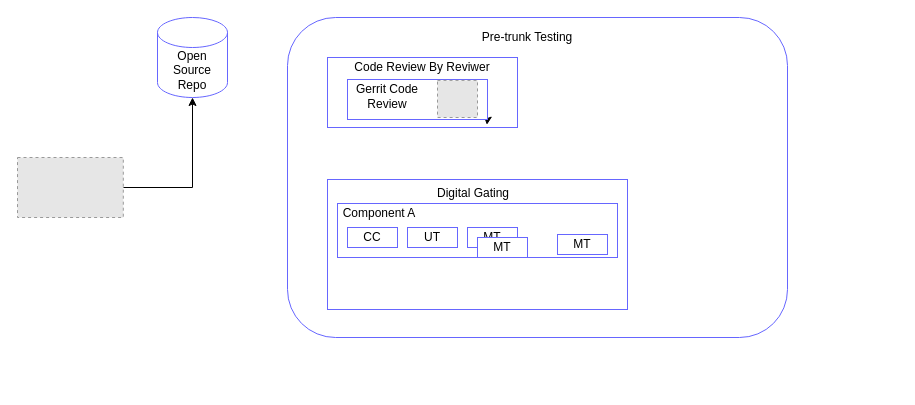
maninokia/log keeps this draw.io diagram as Untitled Diagram.drawio. Above is the earlier version. Source tidied: cells renumbered, new cells numbered last; positions are measured from the earlier drawing's top-left corner, leaving out a move shared by most shapes. Both pictures are drawn from the tidied source at 100%, with x=0, y=0 at pixel (17, 17). Pictures stored in the file or linked from it are replaced by grey dashed boxes.
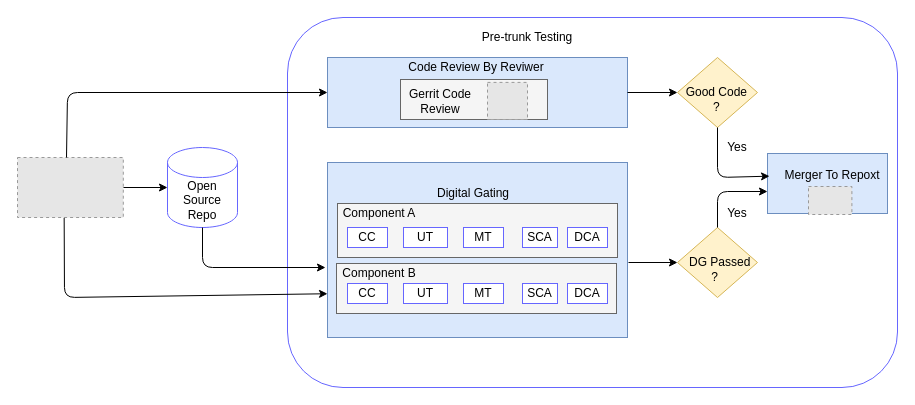
The same diagram, later.

Unchanged cells that the change refers to:
```xml
<mxCell id="3" style="fillColor=#E6E6E6;strokeColor=#999999;dashed=1;verticalLabelPosition=bottom;verticalAlign=top;" parent="1" vertex="1">
  <mxGeometry y="140" width="105.8" height="60" as="geometry" />
</mxCell>
```

Change to the diagram source:
```diff
@@
     <mxCell id="4" value="Open Source Repo" style="shape=cylinder3;whiteSpace=wrap;html=1;boundedLbl=1;backgroundOutline=1;size=15;strokeColor=#6666FF;" parent="1" vertex="1">
-      <mxGeometry x="140" width="70" height="80" as="geometry" />
+      <mxGeometry x="150" y="130" width="70" height="80" as="geometry" />
     </mxCell>
     <mxCell id="5" style="rounded=1;whiteSpace=wrap;html=1;strokeColor=#6666FF;" parent="1" vertex="1">
-      <mxGeometry x="270" width="500" height="320" as="geometry" />
+      <mxGeometry x="270" width="610" height="370" as="geometry" />
     </mxCell>
@@
-    <mxCell id="7" style="rounded=0;whiteSpace=wrap;html=1;strokeColor=#6666FF;" parent="1" vertex="1">
-      <mxGeometry x="310" y="40" width="190" height="70" as="geometry" />
+    <mxCell id="7" style="rounded=0;whiteSpace=wrap;html=1;strokeColor=#6c8ebf;fillColor=#dae8fc;" parent="1" vertex="1">
+      <mxGeometry x="310" y="40" width="300" height="70" as="geometry" />
     </mxCell>
     <mxCell id="8" value="Code Review By Reviwer" style="text;html=1;strokeColor=none;fillColor=none;align=center;verticalAlign=middle;whiteSpace=wrap;rounded=0;" parent="1" vertex="1">
-      <mxGeometry x="320" y="40" width="170" height="20" as="geometry" />
+      <mxGeometry x="374" y="40" width="170" height="20" as="geometry" />
     </mxCell>
-    <mxCell id="9" style="edgeStyle=orthogonalEdgeStyle;rounded=0;jettySize=auto;html=1;exitX=1;exitY=1;exitDx=0;exitDy=0;entryX=0.839;entryY=0.961;entryDx=0;entryDy=0;entryPerimeter=0;" parent="1" edge="1" source="10" target="7">
-      <mxGeometry relative="1" as="geometry" />
-    </mxCell>
-    <mxCell id="10" style="rounded=0;whiteSpace=wrap;html=1;strokeColor=#6666FF;" parent="1" vertex="1">
-      <mxGeometry x="330" y="62" width="140" height="40" as="geometry" />
+    <mxCell id="10" style="rounded=0;whiteSpace=wrap;html=1;strokeColor=#666666;fillColor=#f5f5f5;fontColor=#333333;" parent="1" vertex="1">
+      <mxGeometry x="383" y="62" width="147" height="40" as="geometry" />
     </mxCell>
     <mxCell id="11" value="Gerrit Code Review" style="text;html=1;strokeColor=none;fillColor=none;align=center;verticalAlign=middle;whiteSpace=wrap;rounded=0;" parent="1" vertex="1">
-      <mxGeometry x="330" y="69" width="80" height="20" as="geometry" />
+      <mxGeometry x="383" y="73.5" width="80" height="20" as="geometry" />
     </mxCell>
     <mxCell id="12" style="fillColor=#E6E6E6;strokeColor=#999999;dashed=1;verticalLabelPosition=bottom;verticalAlign=top;" parent="1" vertex="1">
-      <mxGeometry x="420" y="62.9" width="40" height="37.1" as="geometry" />
+      <mxGeometry x="470" y="64.9" width="40" height="37.1" as="geometry" />
     </mxCell>
-    <mxCell id="13" style="rounded=0;whiteSpace=wrap;html=1;strokeColor=#6666FF;" parent="1" vertex="1">
-      <mxGeometry x="310" y="162" width="300" height="130" as="geometry" />
+    <mxCell id="13" style="rounded=0;whiteSpace=wrap;html=1;strokeColor=#6c8ebf;fillColor=#dae8fc;" parent="1" vertex="1">
+      <mxGeometry x="310" y="145" width="300" height="175" as="geometry" />
     </mxCell>
@@
-    <mxCell id="15" style="rounded=0;whiteSpace=wrap;html=1;strokeColor=#6666FF;" parent="1" vertex="1">
+    <mxCell id="15" style="rounded=0;whiteSpace=wrap;html=1;strokeColor=#666666;fillColor=#f5f5f5;fontColor=#333333;" parent="1" vertex="1">
       <mxGeometry x="320" y="186" width="280" height="54" as="geometry" />
     </mxCell>
@@
     <mxCell id="17" value="CC" style="rounded=0;whiteSpace=wrap;html=1;strokeColor=#6666FF;" parent="1" vertex="1">
-      <mxGeometry x="330" y="210" width="50" height="20" as="geometry" />
+      <mxGeometry x="330" y="210" width="40" height="20" as="geometry" />
     </mxCell>
     <mxCell id="18" value="UT" style="rounded=0;whiteSpace=wrap;html=1;strokeColor=#6666FF;" parent="1" vertex="1">
-      <mxGeometry x="390" y="210" width="50" height="20" as="geometry" />
+      <mxGeometry x="386" y="210" width="44" height="20" as="geometry" />
     </mxCell>
     <mxCell id="19" value="MT" style="rounded=0;whiteSpace=wrap;html=1;strokeColor=#6666FF;" parent="1" vertex="1">
-      <mxGeometry x="450" y="210" width="50" height="20" as="geometry" />
+      <mxGeometry x="446" y="210" width="40" height="20" as="geometry" />
     </mxCell>
+    <mxCell id="21" value="SCA" style="rounded=0;whiteSpace=wrap;html=1;strokeColor=#6666FF;" parent="1" vertex="1">
+      <mxGeometry x="505" y="210" width="35" height="20" as="geometry" />
+    </mxCell>
+    <mxCell id="22" value="DCA" style="rounded=0;whiteSpace=wrap;html=1;strokeColor=#6666FF;" parent="1" vertex="1">
+      <mxGeometry x="550" y="210" width="40" height="20" as="geometry" />
+    </mxCell>
+    <mxCell id="23" style="rounded=0;whiteSpace=wrap;html=1;strokeColor=#666666;fillColor=#f5f5f5;fontColor=#333333;" parent="1" vertex="1">
+      <mxGeometry x="319" y="246" width="280" height="50" as="geometry" />
+    </mxCell>
+    <mxCell id="24" value="Component B" style="text;html=1;strokeColor=none;fillColor=none;align=center;verticalAlign=middle;whiteSpace=wrap;rounded=0;" parent="1" vertex="1">
+      <mxGeometry x="320" y="246" width="84" height="20" as="geometry" />
+    </mxCell>
+    <mxCell id="25" value="CC" style="rounded=0;whiteSpace=wrap;html=1;strokeColor=#6666FF;" parent="1" vertex="1">
+      <mxGeometry x="330" y="266" width="40" height="20" as="geometry" />
+    </mxCell>
+    <mxCell id="26" value="UT" style="rounded=0;whiteSpace=wrap;html=1;strokeColor=#6666FF;" parent="1" vertex="1">
+      <mxGeometry x="386" y="266" width="44" height="20" as="geometry" />
+    </mxCell>
     <mxCell id="20" value="MT" style="rounded=0;whiteSpace=wrap;html=1;strokeColor=#6666FF;" parent="1" vertex="1">
-      <mxGeometry x="460" y="220" width="50" height="20" as="geometry" />
+      <mxGeometry x="446" y="266" width="40" height="20" as="geometry" />
     </mxCell>
-    <mxCell id="21" value="MT" style="rounded=0;whiteSpace=wrap;html=1;strokeColor=#6666FF;" parent="1" vertex="1">
-      <mxGeometry x="540" y="217" width="50" height="20" as="geometry" />
-    </mxCell>
+    <mxCell id="27" value="SCA" style="rounded=0;whiteSpace=wrap;html=1;strokeColor=#6666FF;" parent="1" vertex="1">
+      <mxGeometry x="505" y="266" width="35" height="20" as="geometry" />
+    </mxCell>
+    <mxCell id="28" value="DCA" style="rounded=0;whiteSpace=wrap;html=1;strokeColor=#6666FF;" parent="1" vertex="1">
+      <mxGeometry x="550" y="266" width="40" height="20" as="geometry" />
+    </mxCell>
+    <mxCell id="29" style="endArrow=classic;html=1;entryX=0;entryY=0.5;entryDx=0;entryDy=0;" parent="1" edge="1">
+      <mxGeometry relative="1" as="geometry">
+        <mxPoint x="49" y="140" as="sourcePoint" />
+        <mxPoint x="310" y="75" as="targetPoint" />
+        <Array as="points">
+          <mxPoint x="50" y="75" />
+        </Array>
+      </mxGeometry>
+    </mxCell>
+    <mxCell id="30" style="endArrow=classic;html=1;exitX=0.5;exitY=1;exitDx=0;exitDy=0;exitPerimeter=0;" parent="1" edge="1" source="4">
+      <mxGeometry relative="1" as="geometry">
+        <mxPoint x="308" y="250" as="targetPoint" />
+        <Array as="points">
+          <mxPoint x="185" y="250" />
+        </Array>
+      </mxGeometry>
+    </mxCell>
+    <mxCell id="31" style="endArrow=classic;html=1;entryX=0;entryY=0.75;entryDx=0;entryDy=0;exitX=0.441;exitY=1.006;exitDx=0;exitDy=0;exitPerimeter=0;" parent="1" edge="1" source="3" target="13">
+      <mxGeometry relative="1" as="geometry">
+        <Array as="points">
+          <mxPoint x="47" y="280" />
+        </Array>
+      </mxGeometry>
+    </mxCell>
+    <mxCell id="32" value="&lt;div style=&quot;text-align: center&quot;&gt;&lt;span&gt;&lt;br&gt;&lt;/span&gt;&lt;/div&gt;&lt;div style=&quot;text-align: center&quot;&gt;&lt;span&gt;&amp;nbsp; &amp;nbsp;DG Passed&lt;/span&gt;&lt;/div&gt;&lt;div style=&quot;text-align: center&quot;&gt;&lt;span&gt;?&lt;/span&gt;&lt;/div&gt;" style="rhombus;whiteSpace=wrap;html=1;strokeColor=#d6b656;align=left;fillColor=#fff2cc;" parent="1" vertex="1">
+      <mxGeometry x="660" y="210" width="80" height="70" as="geometry" />
+    </mxCell>
+    <mxCell id="33" value="&lt;div style=&quot;text-align: center&quot;&gt;&lt;span&gt;&lt;br&gt;&lt;/span&gt;&lt;/div&gt;&lt;div style=&quot;text-align: center&quot;&gt;&lt;span&gt;&amp;nbsp; Good Code&lt;/span&gt;&lt;/div&gt;&lt;div style=&quot;text-align: center&quot;&gt;&lt;span&gt;&amp;nbsp; ?&lt;/span&gt;&lt;/div&gt;" style="rhombus;whiteSpace=wrap;html=1;strokeColor=#d6b656;align=left;fillColor=#fff2cc;" parent="1" vertex="1">
+      <mxGeometry x="660" y="40" width="80" height="70" as="geometry" />
+    </mxCell>
+    <mxCell id="34" style="endArrow=classic;html=1;exitX=1;exitY=0.5;exitDx=0;exitDy=0;entryX=0;entryY=0.5;entryDx=0;entryDy=0;" parent="1" edge="1" source="7" target="33">
+      <mxGeometry relative="1" as="geometry" />
+    </mxCell>
+    <mxCell id="35" style="endArrow=classic;html=1;entryX=0;entryY=0.5;entryDx=0;entryDy=0;" parent="1" edge="1" target="32">
+      <mxGeometry relative="1" as="geometry">
+        <mxPoint x="611" y="245" as="sourcePoint" />
+      </mxGeometry>
+    </mxCell>
+    <mxCell id="36" style="rounded=0;whiteSpace=wrap;html=1;strokeColor=#6c8ebf;fillColor=#dae8fc;" parent="1" vertex="1">
+      <mxGeometry x="750" y="136" width="120" height="60" as="geometry" />
+    </mxCell>
+    <mxCell id="37" value="Merger To Repoxt" style="text;html=1;strokeColor=none;fillColor=none;align=center;verticalAlign=middle;whiteSpace=wrap;rounded=0;" parent="1" vertex="1">
+      <mxGeometry x="760" y="148" width="110" height="20" as="geometry" />
+    </mxCell>
+    <mxCell id="38" style="fillColor=#E6E6E6;strokeColor=#999999;dashed=1;verticalLabelPosition=bottom;verticalAlign=top;" parent="1" vertex="1">
+      <mxGeometry x="791" y="169" width="43.4" height="28" as="geometry" />
+    </mxCell>
+    <mxCell id="39" style="endArrow=classic;html=1;exitX=0.5;exitY=0;exitDx=0;exitDy=0;" parent="1" edge="1" source="32">
+      <mxGeometry relative="1" as="geometry">
+        <mxPoint x="750" y="174" as="targetPoint" />
+        <Array as="points">
+          <mxPoint x="700" y="174" />
+        </Array>
+      </mxGeometry>
+    </mxCell>
+    <mxCell id="40" style="endArrow=classic;html=1;exitX=0.5;exitY=1;exitDx=0;exitDy=0;entryX=0.017;entryY=0.378;entryDx=0;entryDy=0;entryPerimeter=0;" parent="1" edge="1" source="33" target="36">
+      <mxGeometry relative="1" as="geometry">
+        <Array as="points">
+          <mxPoint x="700" y="160" />
+        </Array>
+      </mxGeometry>
+    </mxCell>
+    <mxCell id="41" value="Yes" style="text;html=1;strokeColor=none;fillColor=none;align=center;verticalAlign=middle;whiteSpace=wrap;rounded=0;" parent="1" vertex="1">
+      <mxGeometry x="700" y="120" width="40" height="20" as="geometry" />
+    </mxCell>
+    <mxCell id="42" value="Yes" style="text;html=1;strokeColor=none;fillColor=none;align=center;verticalAlign=middle;whiteSpace=wrap;rounded=0;" parent="1" vertex="1">
+      <mxGeometry x="700" y="186" width="40" height="20" as="geometry" />
+    </mxCell>
```
